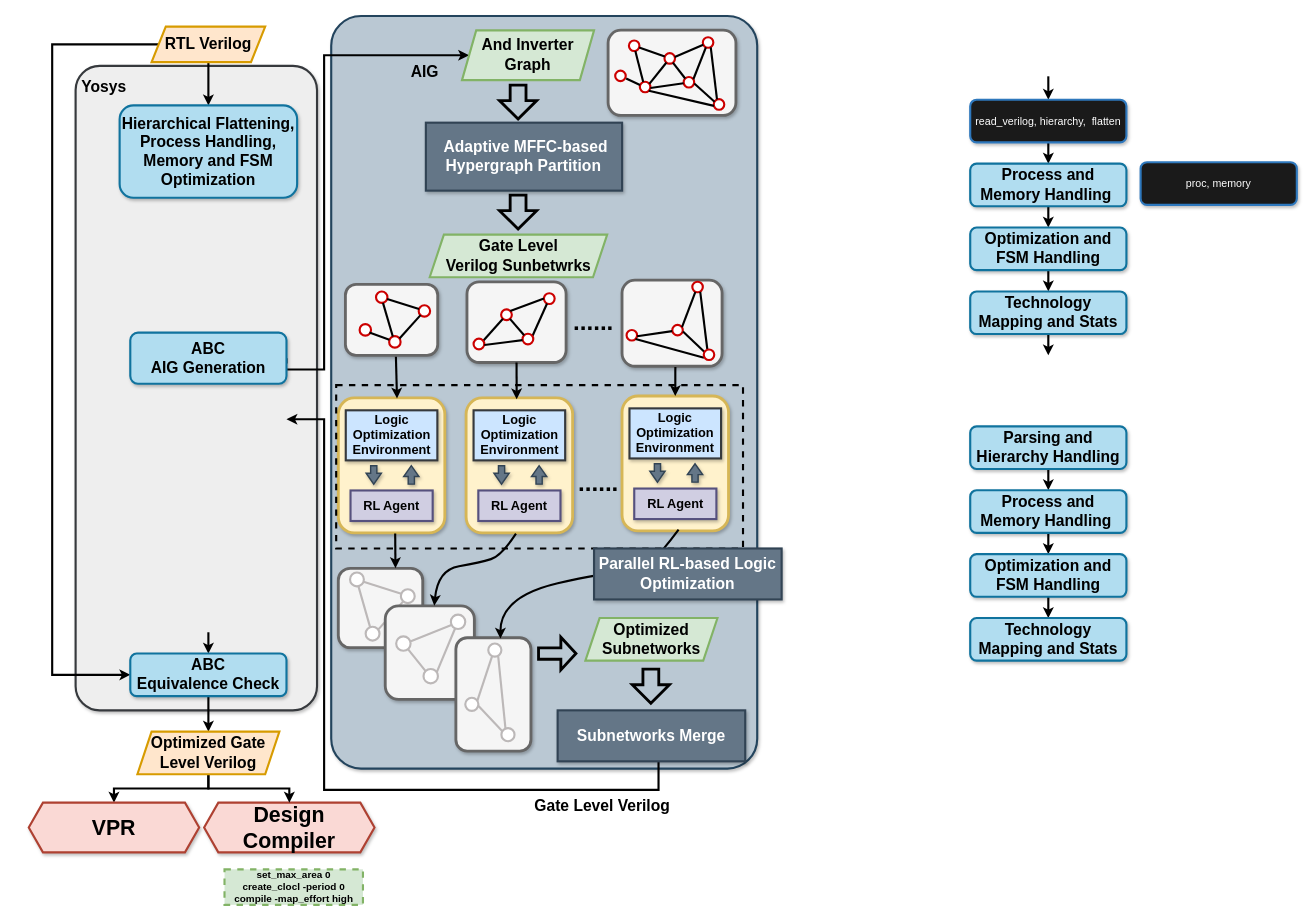
kxzhu0505/LogicSynOpt keeps this draw.io diagram as experimentFlow.drawio. Above is the earlier version. Source tidied: cells renumbered, new cells numbered last; positions are measured from the earlier drawing's top-left corner, leaving out a move shared by most shapes. Both pictures are drawn from the tidied source at 71%, with x=0, y=0 at pixel (28, 16).
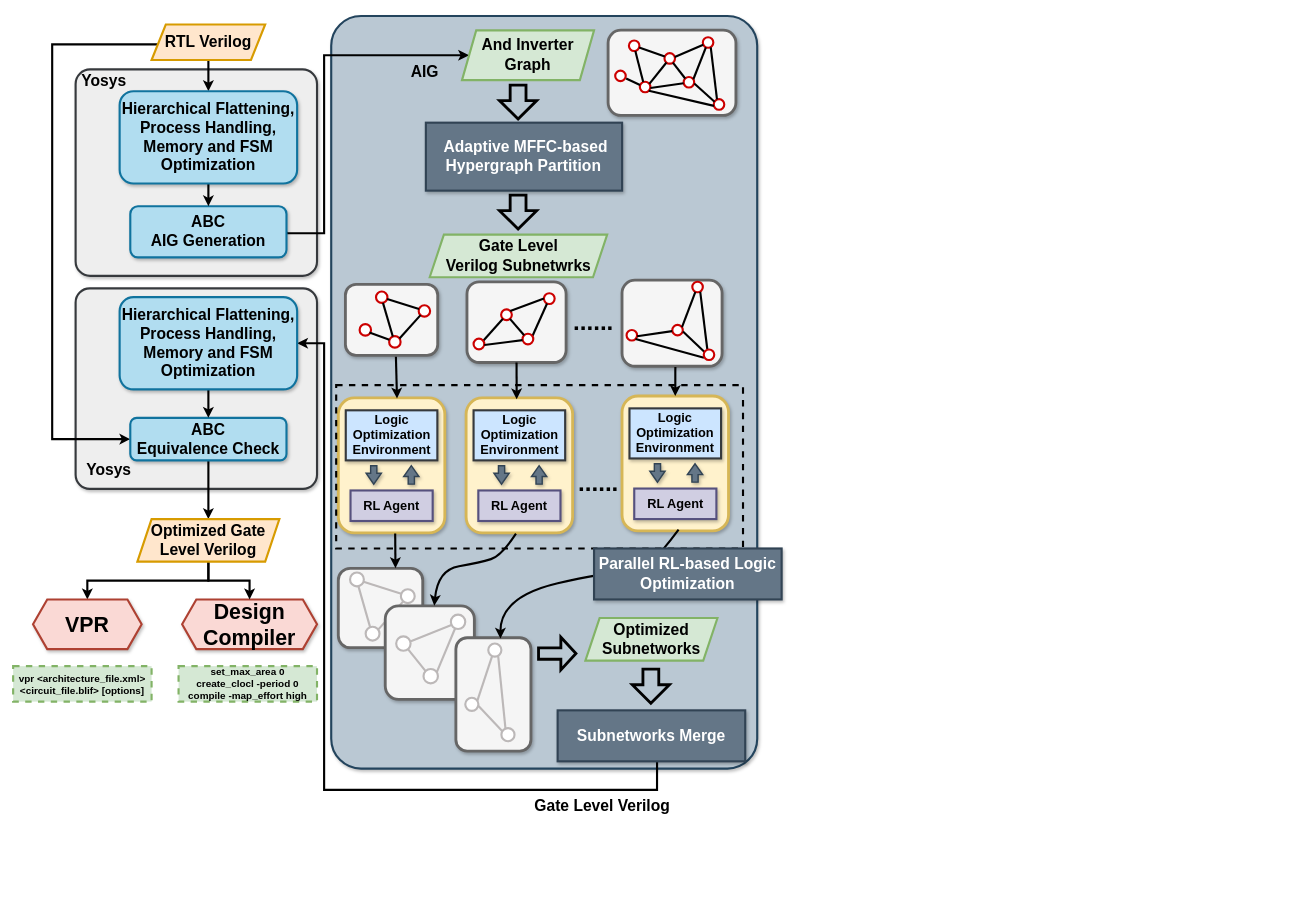
The same diagram, later.

The change refers to these unchanged cells:
```xml
<mxCell id="14" value="&lt;b style=&quot;&quot;&gt;&lt;font style=&quot;font-size: 22px;&quot;&gt;Subnetworks Merge&lt;/font&gt;&lt;/b&gt;" style="rounded=0;whiteSpace=wrap;html=1;fillColor=#647687;fontColor=#ffffff;strokeColor=#314354;strokeWidth=3;shadow=1;" parent="1" vertex="1">
  <mxGeometry x="744.9" y="978" width="264.2" height="71.8" as="geometry" />
</mxCell>
<mxCell id="51" value="&lt;b style=&quot;font-size: 22px;&quot;&gt;And Inverter Graph&lt;/b&gt;" style="shape=parallelogram;perimeter=parallelogramPerimeter;whiteSpace=wrap;html=1;fixedSize=1;fillColor=#d5e8d4;strokeColor=#82b366;strokeWidth=3;" parent="1" vertex="1">
  <mxGeometry x="610.2" y="20.3" width="186" height="70" as="geometry" />
</mxCell>
```

Change to the diagram source:
```diff
@@
+    <mxCell id="150" style="rounded=1;whiteSpace=wrap;html=1;fillColor=#eeeeee;strokeColor=#36393d;strokeWidth=3;shadow=1;arcSize=7;" parent="1" vertex="1">
+      <mxGeometry x="66" y="383.7" width="340" height="282.3" as="geometry" />
+    </mxCell>
@@
     <mxCell id="3" value="&lt;font face=&quot;Helvetica&quot; size=&quot;1&quot;&gt;&lt;b style=&quot;font-size: 30px;&quot;&gt;Design Compiler&lt;/b&gt;&lt;/font&gt;" style="shape=hexagon;perimeter=hexagonPerimeter2;whiteSpace=wrap;html=1;fixedSize=1;strokeColor=#ae4132;fillColor=#fad9d5;strokeWidth=3;shadow=1;" parent="1" vertex="1">
-      <mxGeometry x="247" y="1108" width="240" height="70" as="geometry" />
+      <mxGeometry x="216" y="821.8" width="190" height="70" as="geometry" />
     </mxCell>
     <mxCell id="4" value="&lt;font face=&quot;Helvetica&quot; style=&quot;font-size: 14px;&quot;&gt;&lt;b style=&quot;&quot;&gt;set_max_area 0&lt;br&gt;create_clocl -period 0&lt;br&gt;compile -map_effort high&lt;/b&gt;&lt;/font&gt;" style="rounded=0;whiteSpace=wrap;html=1;dashed=1;perimeterSpacing=3;strokeWidth=3;fillColor=#d5e8d4;strokeColor=#82b366;" parent="1" vertex="1">
-      <mxGeometry x="275.7" y="1201.9" width="195" height="50" as="geometry" />
+      <mxGeometry x="211" y="915.7" width="195" height="50" as="geometry" />
     </mxCell>
-    <mxCell id="5" style="rounded=1;whiteSpace=wrap;html=1;fillColor=#eeeeee;strokeColor=#36393d;strokeWidth=3;shadow=1;arcSize=10;" parent="1" vertex="1">
-      <mxGeometry x="66" y="70.3" width="340" height="907.7" as="geometry" />
+    <mxCell id="5" style="rounded=1;whiteSpace=wrap;html=1;fillColor=#eeeeee;strokeColor=#36393d;strokeWidth=3;shadow=1;arcSize=7;" parent="1" vertex="1">
+      <mxGeometry x="66" y="75.3" width="340" height="290.7" as="geometry" />
     </mxCell>
     <mxCell id="6" style="endArrow=classic;html=1;rounded=0;strokeWidth=3;entryX=0;entryY=0.5;entryDx=0;entryDy=0;edgeStyle=orthogonalEdgeStyle;exitX=1;exitY=0.5;exitDx=0;exitDy=0;" parent="1" edge="1" source="123" target="51">
       <mxGeometry relative="1" as="geometry">
         <Array as="points">
-          <mxPoint x="290" y="488" />
-          <mxPoint x="290" y="498" />
-          <mxPoint x="416" y="498" />
+          <mxPoint x="363" y="306" />
+          <mxPoint x="416" y="306" />
           <mxPoint x="416" y="55" />
         </Array>
       </mxGeometry>
     </mxCell>
-    <mxCell id="7" style="endArrow=classic;html=1;rounded=0;strokeWidth=3;edgeStyle=orthogonalEdgeStyle;exitX=0.53;exitY=0.986;exitDx=0;exitDy=0;exitPerimeter=0;entryX=1;entryY=0.5;entryDx=0;entryDy=0;" parent="1" edge="1" source="14">
+    <mxCell id="7" style="endArrow=classic;html=1;rounded=0;strokeWidth=3;edgeStyle=orthogonalEdgeStyle;exitX=0.53;exitY=0.986;exitDx=0;exitDy=0;exitPerimeter=0;entryX=1;entryY=0.5;entryDx=0;entryDy=0;" parent="1" edge="1" source="14" target="153">
       <mxGeometry relative="1" as="geometry">
-        <mxPoint x="363" y="568" as="targetPoint" />
         <Array as="points">
-          <mxPoint x="887" y="1090" />
+          <mxPoint x="885" y="1090" />
           <mxPoint x="416" y="1090" />
-          <mxPoint x="416" y="568" />
+          <mxPoint x="416" y="461" />
         </Array>
       </mxGeometry>
     </mxCell>
@@
     <mxCell id="9" style="edgeStyle=orthogonalEdgeStyle;rounded=0;jettySize=auto;html=1;entryX=0;entryY=0.5;entryDx=0;entryDy=0;strokeWidth=3;" parent="1" edge="1" source="11" target="127">
       <mxGeometry relative="1" as="geometry">
         <Array as="points">
           <mxPoint x="33" y="40" />
-          <mxPoint x="33" y="928" />
+          <mxPoint x="33" y="596" />
         </Array>
       </mxGeometry>
     </mxCell>
@@
     <mxCell id="11" value="&lt;b style=&quot;&quot;&gt;&lt;font style=&quot;font-size: 22px;&quot;&gt;RTL Verilog&lt;/font&gt;&lt;/b&gt;" style="shape=parallelogram;perimeter=parallelogramPerimeter;whiteSpace=wrap;html=1;fixedSize=1;fillColor=#ffe6cc;strokeColor=#d79b00;strokeWidth=3;" parent="1" vertex="1">
-      <mxGeometry x="173" y="15" width="160" height="50" as="geometry" />
+      <mxGeometry x="173" y="12" width="160" height="50" as="geometry" />
     </mxCell>
     <mxCell id="12" value="&lt;font style=&quot;font-size: 22px;&quot;&gt;&lt;b&gt;Yosys&lt;/b&gt;&lt;/font&gt;" style="text;html=1;align=center;verticalAlign=middle;whiteSpace=wrap;rounded=0;" parent="1" vertex="1">
-      <mxGeometry x="76" y="85" width="60" height="30" as="geometry" />
+      <mxGeometry x="76" y="77" width="60" height="30" as="geometry" />
     </mxCell>
@@
-    <mxCell id="64" value="&lt;div&gt;&lt;b&gt;&lt;font style=&quot;font-size: 22px;&quot;&gt;Gate Level Verilog&lt;/font&gt;&lt;/b&gt;&lt;b style=&quot;background-color: initial;&quot;&gt;&lt;font style=&quot;font-size: 22px;&quot;&gt;&amp;nbsp;Sunbetwrks&lt;/font&gt;&lt;/b&gt;&lt;/div&gt;" style="shape=parallelogram;perimeter=parallelogramPerimeter;whiteSpace=wrap;html=1;fixedSize=1;fillColor=#d5e8d4;strokeColor=#82b366;strokeWidth=3;" parent="1" vertex="1">
+    <mxCell id="64" value="&lt;div&gt;&lt;b&gt;&lt;font style=&quot;font-size: 22px;&quot;&gt;Gate Level Verilog&lt;/font&gt;&lt;/b&gt;&lt;b style=&quot;background-color: initial;&quot;&gt;&lt;font style=&quot;font-size: 22px;&quot;&gt;&amp;nbsp;Subnetwrks&lt;/font&gt;&lt;/b&gt;&lt;/div&gt;" style="shape=parallelogram;perimeter=parallelogramPerimeter;whiteSpace=wrap;html=1;fixedSize=1;fillColor=#d5e8d4;strokeColor=#82b366;strokeWidth=3;" parent="1" vertex="1">
       <mxGeometry x="564.7" y="308" width="250" height="60" as="geometry" />
     </mxCell>
@@
     <mxCell id="123" value="&lt;div&gt;&lt;font style=&quot;font-size: 22px;&quot;&gt;&lt;b&gt;ABC&lt;/b&gt;&lt;/font&gt;&lt;/div&gt;&lt;font style=&quot;font-size: 22px;&quot;&gt;&lt;b&gt;AIG Generation&lt;/b&gt;&lt;/font&gt;" style="rounded=1;whiteSpace=wrap;html=1;fillColor=#b1ddf0;strokeColor=#10739e;strokeWidth=3;shadow=1;" parent="1" vertex="1">
-      <mxGeometry x="143" y="446" width="220" height="72" as="geometry" />
+      <mxGeometry x="143" y="268" width="220" height="72" as="geometry" />
     </mxCell>
@@
-    <mxCell id="125" style="edgeStyle=orthogonalEdgeStyle;rounded=0;jettySize=auto;html=1;entryX=0.5;entryY=0;entryDx=0;entryDy=0;strokeWidth=3;" parent="1" edge="1" target="127">
-      <mxGeometry relative="1" as="geometry">
-        <mxPoint x="253" y="868" as="sourcePoint" />
-      </mxGeometry>
-    </mxCell>
@@
     <mxCell id="127" value="&lt;font style=&quot;font-size: 22px;&quot;&gt;&lt;b&gt;ABC&lt;/b&gt;&lt;/font&gt;&lt;div&gt;&lt;span style=&quot;font-size: 22px;&quot;&gt;&lt;b&gt;Equivalence Check&lt;/b&gt;&lt;/span&gt;&lt;/div&gt;" style="rounded=1;whiteSpace=wrap;html=1;fillColor=#b1ddf0;strokeColor=#10739e;strokeWidth=3;shadow=1;" parent="1" vertex="1">
-      <mxGeometry x="143" y="898" width="220" height="60" as="geometry" />
+      <mxGeometry x="143" y="566" width="220" height="60" as="geometry" />
     </mxCell>
@@
     <mxCell id="130" value="&lt;b style=&quot;&quot;&gt;&lt;font style=&quot;font-size: 22px;&quot;&gt;Optimized Gate Level Verilog&lt;/font&gt;&lt;/b&gt;" style="shape=parallelogram;perimeter=parallelogramPerimeter;whiteSpace=wrap;html=1;fixedSize=1;fillColor=#ffe6cc;strokeColor=#d79b00;strokeWidth=3;" parent="1" vertex="1">
-      <mxGeometry x="153" y="1008" width="200" height="60" as="geometry" />
+      <mxGeometry x="153" y="708.6" width="200" height="60" as="geometry" />
     </mxCell>
     <mxCell id="131" value="&lt;span style=&quot;font-size: 30px;&quot;&gt;&lt;b&gt;VPR&lt;/b&gt;&lt;/span&gt;" style="shape=hexagon;perimeter=hexagonPerimeter2;whiteSpace=wrap;html=1;fixedSize=1;strokeColor=#ae4132;fillColor=#fad9d5;strokeWidth=3;shadow=1;" parent="1" vertex="1">
-      <mxGeometry y="1108" width="240" height="70" as="geometry" />
+      <mxGeometry x="6" y="821.8" width="153" height="70" as="geometry" />
     </mxCell>
-    <mxCell id="132" style="edgeStyle=orthogonalEdgeStyle;rounded=0;jettySize=auto;html=1;entryX=0.5;entryY=0;entryDx=0;entryDy=0;strokeWidth=3;" parent="1" edge="1" target="134">
-      <mxGeometry relative="1" as="geometry">
-        <mxPoint x="1436" y="85" as="sourcePoint" />
-      </mxGeometry>
-    </mxCell>
-    <mxCell id="133" style="edgeStyle=orthogonalEdgeStyle;rounded=0;jettySize=auto;html=1;entryX=0.5;entryY=0;entryDx=0;entryDy=0;strokeWidth=3;" parent="1" edge="1" source="134" target="136">
-      <mxGeometry relative="1" as="geometry" />
-    </mxCell>
-    <mxCell id="134" value="&lt;font style=&quot;font-size: 15px;&quot;&gt;read_verilog, hierarchy,&amp;nbsp;&amp;nbsp;flatten&lt;/font&gt;" style="rounded=1;whiteSpace=wrap;html=1;fillColor=#1A1A1A;strokeColor=#2e78bd;strokeWidth=3;shadow=1;fontColor=#ffffff;align=center;" parent="1" vertex="1">
-      <mxGeometry x="1326" y="118" width="220" height="60" as="geometry" />
-    </mxCell>
-    <mxCell id="135" style="edgeStyle=orthogonalEdgeStyle;rounded=0;jettySize=auto;html=1;entryX=0.5;entryY=0;entryDx=0;entryDy=0;strokeWidth=3;" parent="1" edge="1" source="136" target="138">
-      <mxGeometry relative="1" as="geometry" />
-    </mxCell>
-    <mxCell id="136" value="&lt;font style=&quot;font-size: 22px;&quot;&gt;&lt;b&gt;Process and Memory Handling&amp;nbsp;&lt;/b&gt;&lt;/font&gt;" style="rounded=1;whiteSpace=wrap;html=1;fillColor=#b1ddf0;strokeColor=#10739e;strokeWidth=3;shadow=1;" parent="1" vertex="1">
-      <mxGeometry x="1326" y="208" width="220" height="60" as="geometry" />
-    </mxCell>
-    <mxCell id="137" style="edgeStyle=orthogonalEdgeStyle;rounded=0;jettySize=auto;html=1;entryX=0.5;entryY=0;entryDx=0;entryDy=0;strokeWidth=3;" parent="1" edge="1" source="138" target="140">
-      <mxGeometry relative="1" as="geometry" />
-    </mxCell>
-    <mxCell id="138" value="&lt;font style=&quot;font-size: 22px;&quot;&gt;&lt;b&gt;Optimization and FSM Handling&lt;/b&gt;&lt;/font&gt;" style="rounded=1;whiteSpace=wrap;html=1;fillColor=#b1ddf0;strokeColor=#10739e;strokeWidth=3;shadow=1;" parent="1" vertex="1">
-      <mxGeometry x="1326" y="298" width="220" height="60" as="geometry" />
-    </mxCell>
-    <mxCell id="139" style="edgeStyle=orthogonalEdgeStyle;rounded=0;jettySize=auto;html=1;entryX=0.5;entryY=0;entryDx=0;entryDy=0;strokeWidth=3;" parent="1" edge="1" source="140">
-      <mxGeometry relative="1" as="geometry">
-        <mxPoint x="1436" y="478" as="targetPoint" />
-      </mxGeometry>
-    </mxCell>
-    <mxCell id="140" value="&lt;font style=&quot;font-size: 22px;&quot;&gt;&lt;b&gt;Technology Mapping and Stats&lt;/b&gt;&lt;/font&gt;" style="rounded=1;whiteSpace=wrap;html=1;fillColor=#b1ddf0;strokeColor=#10739e;strokeWidth=3;shadow=1;" parent="1" vertex="1">
-      <mxGeometry x="1326" y="388" width="220" height="60" as="geometry" />
-    </mxCell>
-    <mxCell id="141" style="edgeStyle=orthogonalEdgeStyle;rounded=0;jettySize=auto;html=1;entryX=0.5;entryY=0;entryDx=0;entryDy=0;strokeWidth=3;" parent="1" edge="1" source="142" target="144">
-      <mxGeometry relative="1" as="geometry" />
-    </mxCell>
-    <mxCell id="142" value="&lt;b&gt;&lt;font style=&quot;font-size: 22px;&quot;&gt;Parsing and Hierarchy Handling&lt;/font&gt;&lt;/b&gt;" style="rounded=1;whiteSpace=wrap;html=1;fillColor=#b1ddf0;strokeColor=#10739e;strokeWidth=3;shadow=1;" parent="1" vertex="1">
-      <mxGeometry x="1326" y="578" width="220" height="60" as="geometry" />
-    </mxCell>
-    <mxCell id="143" style="edgeStyle=orthogonalEdgeStyle;rounded=0;jettySize=auto;html=1;entryX=0.5;entryY=0;entryDx=0;entryDy=0;strokeWidth=3;" parent="1" edge="1" source="144" target="146">
-      <mxGeometry relative="1" as="geometry" />
-    </mxCell>
-    <mxCell id="144" value="&lt;font style=&quot;font-size: 22px;&quot;&gt;&lt;b&gt;Process and Memory Handling&amp;nbsp;&lt;/b&gt;&lt;/font&gt;" style="rounded=1;whiteSpace=wrap;html=1;fillColor=#b1ddf0;strokeColor=#10739e;strokeWidth=3;shadow=1;" parent="1" vertex="1">
-      <mxGeometry x="1326" y="668" width="220" height="60" as="geometry" />
-    </mxCell>
-    <mxCell id="145" style="edgeStyle=orthogonalEdgeStyle;rounded=0;jettySize=auto;html=1;entryX=0.5;entryY=0;entryDx=0;entryDy=0;strokeWidth=3;" parent="1" edge="1" source="146" target="147">
-      <mxGeometry relative="1" as="geometry" />
-    </mxCell>
-    <mxCell id="146" value="&lt;font style=&quot;font-size: 22px;&quot;&gt;&lt;b&gt;Optimization and FSM Handling&lt;/b&gt;&lt;/font&gt;" style="rounded=1;whiteSpace=wrap;html=1;fillColor=#b1ddf0;strokeColor=#10739e;strokeWidth=3;shadow=1;" parent="1" vertex="1">
-      <mxGeometry x="1326" y="758" width="220" height="60" as="geometry" />
-    </mxCell>
-    <mxCell id="147" value="&lt;font style=&quot;font-size: 22px;&quot;&gt;&lt;b&gt;Technology Mapping and Stats&lt;/b&gt;&lt;/font&gt;" style="rounded=1;whiteSpace=wrap;html=1;fillColor=#b1ddf0;strokeColor=#10739e;strokeWidth=3;shadow=1;" parent="1" vertex="1">
-      <mxGeometry x="1326" y="848" width="220" height="60" as="geometry" />
-    </mxCell>
-    <mxCell id="148" value="&lt;font style=&quot;font-size: 15px;&quot;&gt;proc, memory&lt;/font&gt;" style="rounded=1;whiteSpace=wrap;html=1;fillColor=#1A1A1A;strokeColor=#2e78bd;strokeWidth=3;shadow=1;fontColor=#ffffff;align=center;" parent="1" vertex="1">
-      <mxGeometry x="1566" y="206" width="220" height="60" as="geometry" />
-    </mxCell>
+    <mxCell id="151" style="edgeStyle=orthogonalEdgeStyle;rounded=0;jettySize=auto;html=1;entryX=0.5;entryY=0;entryDx=0;entryDy=0;strokeWidth=3;" parent="1" edge="1" source="149" target="123">
+      <mxGeometry relative="1" as="geometry" />
+    </mxCell>
     <mxCell id="149" value="&lt;font style=&quot;font-size: 22px;&quot;&gt;&lt;b&gt;Hierarchical Flattening, Process Handling, Memory and FSM Optimization&lt;/b&gt;&lt;/font&gt;" style="rounded=1;whiteSpace=wrap;html=1;fillColor=#b1ddf0;strokeColor=#10739e;strokeWidth=3;shadow=1;" parent="1" vertex="1">
-      <mxGeometry x="128" y="126" width="250" height="130" as="geometry" />
+      <mxGeometry x="128" y="106" width="250" height="130" as="geometry" />
     </mxCell>
+    <mxCell id="152" style="edgeStyle=orthogonalEdgeStyle;rounded=0;jettySize=auto;html=1;entryX=0.5;entryY=0;entryDx=0;entryDy=0;strokeWidth=3;" parent="1" edge="1" source="153" target="127">
+      <mxGeometry relative="1" as="geometry" />
+    </mxCell>
+    <mxCell id="153" value="&lt;font style=&quot;font-size: 22px;&quot;&gt;&lt;b&gt;Hierarchical Flattening, Process Handling, Memory and FSM Optimization&lt;/b&gt;&lt;/font&gt;" style="rounded=1;whiteSpace=wrap;html=1;fillColor=#b1ddf0;strokeColor=#10739e;strokeWidth=3;shadow=1;" parent="1" vertex="1">
+      <mxGeometry x="128" y="396" width="250" height="130" as="geometry" />
+    </mxCell>
+    <mxCell id="154" value="&lt;font style=&quot;font-size: 22px;&quot;&gt;&lt;b&gt;Yosys&lt;/b&gt;&lt;/font&gt;" style="text;html=1;align=center;verticalAlign=middle;whiteSpace=wrap;rounded=0;" parent="1" vertex="1">
+      <mxGeometry x="83" y="624.6" width="60" height="30" as="geometry" />
+    </mxCell>
+    <mxCell id="155" value="&lt;font style=&quot;font-size: 14px;&quot;&gt;&lt;b&gt;vpr &lt;span class=&quot;hljs-tag&quot;&gt;&amp;lt;&lt;span class=&quot;hljs-name&quot;&gt;architecture_file.xml&lt;/span&gt;&amp;gt;&lt;/span&gt; &lt;span class=&quot;hljs-tag&quot;&gt;&amp;lt;&lt;span class=&quot;hljs-name&quot;&gt;circuit_file.blif&lt;/span&gt;&amp;gt;&lt;/span&gt; [options]&lt;/b&gt;&lt;/font&gt;" style="rounded=0;whiteSpace=wrap;html=1;dashed=1;perimeterSpacing=3;strokeWidth=3;fillColor=#d5e8d4;strokeColor=#82b366;" parent="1" vertex="1">
+      <mxGeometry x="-22" y="915.7" width="195" height="50" as="geometry" />
+    </mxCell>
```
